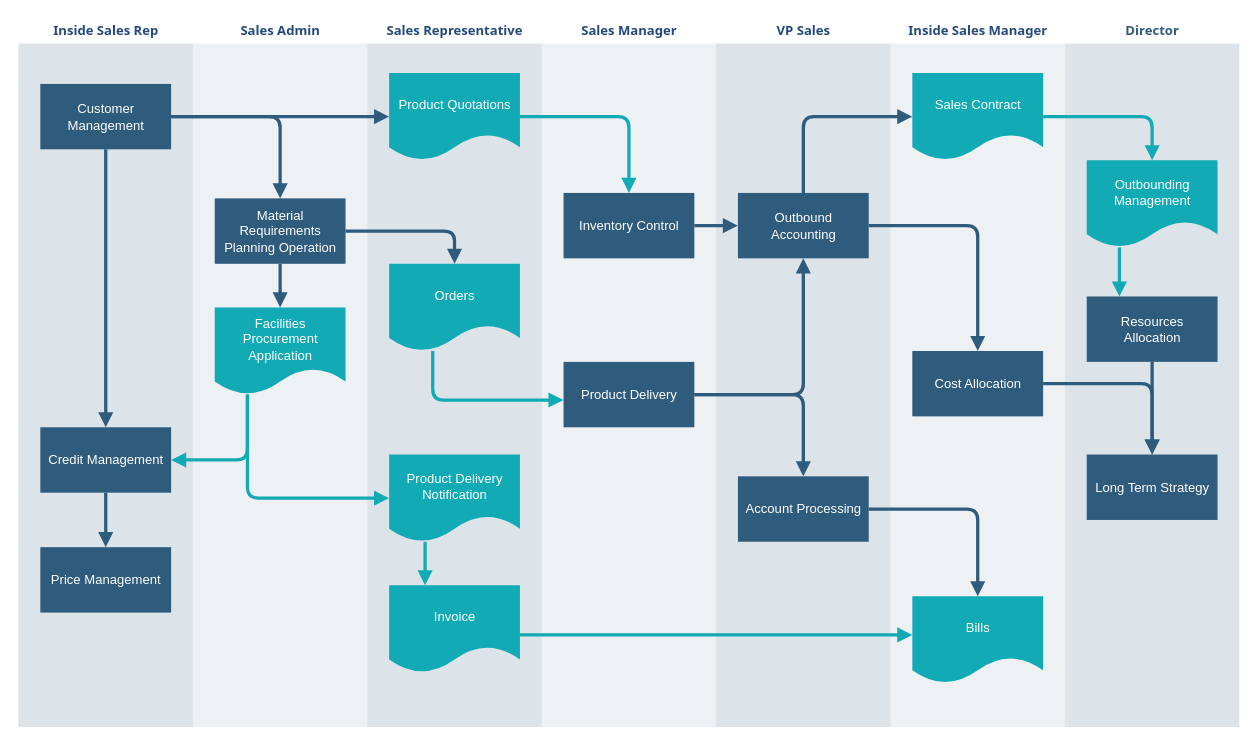
lorenaabreu/transtrampoarq keeps this draw.io diagram as Diagrama sem nome.drawio. Above is the earlier version. Source tidied: cells renumbered, new cells numbered last; positions are measured from the earlier drawing's top-left corner, leaving out a move shared by most shapes. Both pictures are drawn from the tidied source at 109%, with x=0, y=0 at pixel (17, 17).
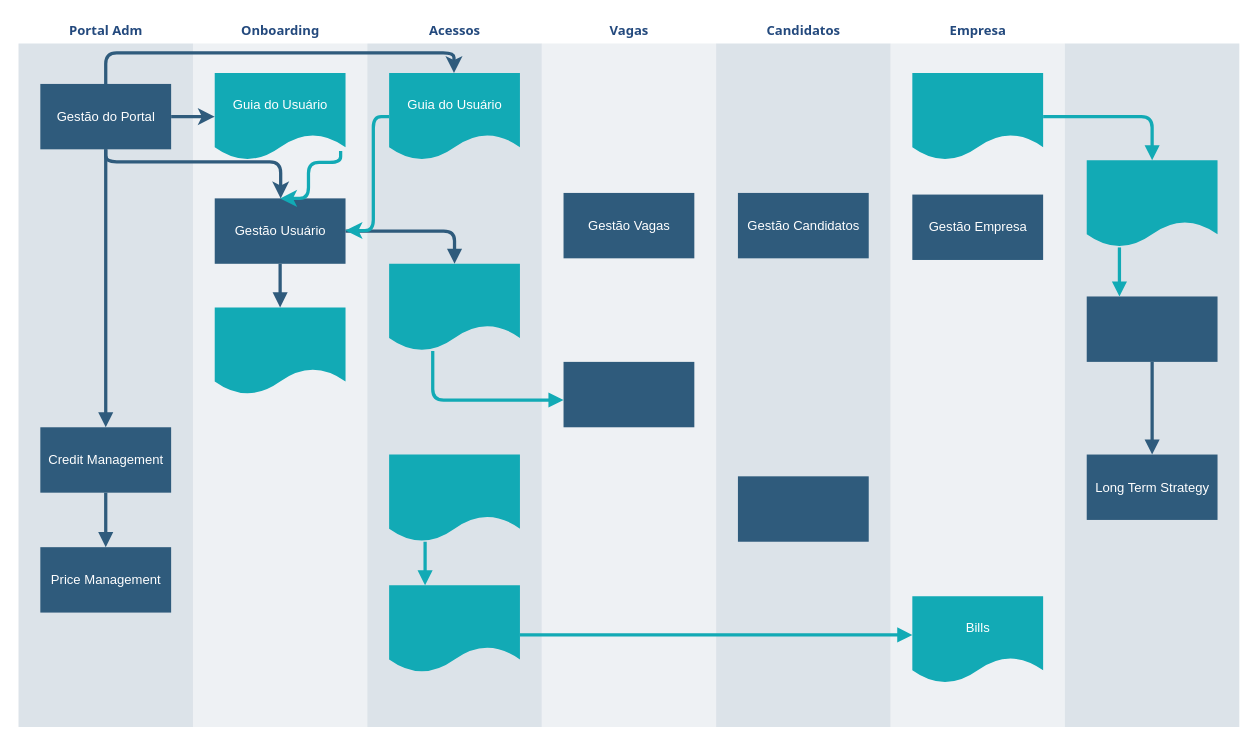
The same page after the edit.

Unchanged cells that the change refers to:
```xml
<mxCell id="4" value="Credit Management" style="whiteSpace=wrap;strokeColor=none;fillColor=#2f5b7c;shadow=0;fontColor=#FFFFFF;fontFamily=Helvetica;fontStyle=0;html=1;fontSize=12;spacing=6;verticalAlign=middle;" parent="2" vertex="1">
  <mxGeometry x="20" y="375" width="120" height="60" as="geometry" />
</mxCell>
<mxCell id="10" value="Bills" style="shape=document;whiteSpace=wrap;verticalAlign=middle;strokeColor=none;fillColor=#12aab5;shadow=0;fontColor=#FFFFFF;fontFamily=Helvetica;fontStyle=0;html=1;fontSize=12;spacing=6;spacingBottom=22;" parent="8" vertex="1">
  <mxGeometry x="20" y="530" width="120" height="80" as="geometry" />
</mxCell>
<mxCell id="31" value="Long Term Strategy" style="whiteSpace=wrap;strokeColor=none;fillColor=#2f5b7c;shadow=0;fontColor=#FFFFFF;fontFamily=Helvetica;fontStyle=0;html=1;fontSize=12;spacing=6;verticalAlign=middle;" parent="28" vertex="1">
  <mxGeometry x="20" y="400" width="120" height="60" as="geometry" />
</mxCell>
```

What changed in the source:
```diff
@@
-    <mxCell id="2" value="&lt;font color=&quot;#23497d&quot;&gt;Inside Sales Rep&lt;/font&gt;" style="swimlane;whiteSpace=wrap;fillColor=none;swimlaneFillColor=#BAC8D3;fontColor=#2F5B7C;fontFamily=Tahoma;html=1;strokeColor=none;opacity=50;" parent="1" vertex="1">
+    <mxCell id="2" value="&lt;font color=&quot;#23497d&quot;&gt;Portal Adm&lt;/font&gt;" style="swimlane;whiteSpace=wrap;fillColor=none;swimlaneFillColor=#BAC8D3;fontColor=#2F5B7C;fontFamily=Tahoma;html=1;strokeColor=none;opacity=50;" parent="1" vertex="1">
       <mxGeometry x="0.5" y="0.5" width="160" height="650" as="geometry" />
     </mxCell>
-    <mxCell id="3" value="Customer Management" style="whiteSpace=wrap;shadow=0;fontColor=#FFFFFF;fontFamily=Helvetica;fontStyle=0;html=1;fontSize=12;plain-purple;strokeColor=none;fillColor=#2f5b7c;gradientColor=none;spacing=6;verticalAlign=middle;" parent="2" vertex="1">
+    <mxCell id="3" value="Gestão do Portal" style="whiteSpace=wrap;shadow=0;fontColor=#FFFFFF;fontFamily=Helvetica;fontStyle=0;html=1;fontSize=12;plain-purple;strokeColor=none;fillColor=#2f5b7c;gradientColor=none;spacing=6;verticalAlign=middle;" parent="2" vertex="1">
       <mxGeometry x="20" y="60" width="120" height="60" as="geometry" />
     </mxCell>
@@
-    <mxCell id="8" value="&lt;font color=&quot;#23497d&quot;&gt;Inside Sales Manager&lt;/font&gt;" style="swimlane;whiteSpace=wrap;fillColor=none;swimlaneFillColor=#BAC8D3;fontColor=#2F5B7C;fontFamily=Tahoma;html=1;strokeColor=none;opacity=25;" parent="1" vertex="1">
+    <mxCell id="8" value="&lt;font color=&quot;#23497d&quot;&gt;Empresa&lt;/font&gt;" style="swimlane;whiteSpace=wrap;fillColor=none;swimlaneFillColor=#BAC8D3;fontColor=#2F5B7C;fontFamily=Tahoma;html=1;strokeColor=none;opacity=25;" parent="1" vertex="1">
       <mxGeometry x="800.5" y="0.5" width="160" height="650" as="geometry" />
     </mxCell>
-    <mxCell id="9" value="Sales Contract" style="shape=document;whiteSpace=wrap;verticalAlign=middle;strokeColor=none;fillColor=#12aab5;shadow=0;fontColor=#FFFFFF;fontFamily=Helvetica;fontStyle=0;html=1;fontSize=12;spacing=6;spacingBottom=22;" parent="8" vertex="1">
+    <mxCell id="9" style="shape=document;whiteSpace=wrap;verticalAlign=middle;strokeColor=none;fillColor=#12aab5;shadow=0;fontColor=#FFFFFF;fontFamily=Helvetica;fontStyle=0;html=1;fontSize=12;spacing=6;spacingBottom=22;" parent="8" vertex="1">
       <mxGeometry x="20" y="50" width="120" height="80" as="geometry" />
     </mxCell>
@@
-    <mxCell id="11" value="Cost Allocation" style="whiteSpace=wrap;strokeColor=none;fillColor=#2f5b7c;shadow=0;fontColor=#FFFFFF;fontFamily=Helvetica;fontStyle=0;html=1;fontSize=12;spacing=6;verticalAlign=middle;" parent="8" vertex="1">
-      <mxGeometry x="20" y="305" width="120" height="60" as="geometry" />
+    <mxCell id="11" value="Gestão Empresa" style="whiteSpace=wrap;strokeColor=none;fillColor=#2f5b7c;shadow=0;fontColor=#FFFFFF;fontFamily=Helvetica;fontStyle=0;html=1;fontSize=12;spacing=6;verticalAlign=middle;" parent="8" vertex="1">
+      <mxGeometry x="20" y="161.5" width="120" height="60" as="geometry" />
     </mxCell>
-    <mxCell id="12" value="&lt;font color=&quot;#23497d&quot;&gt;VP Sales&lt;/font&gt;" style="swimlane;whiteSpace=wrap;fillColor=none;swimlaneFillColor=#BAC8D3;fontColor=#2F5B7C;fontFamily=Tahoma;html=1;strokeColor=none;opacity=50;" parent="1" vertex="1">
+    <mxCell id="12" value="&lt;font color=&quot;#23497d&quot;&gt;Candidatos&lt;/font&gt;" style="swimlane;whiteSpace=wrap;fillColor=none;swimlaneFillColor=#BAC8D3;fontColor=#2F5B7C;fontFamily=Tahoma;html=1;strokeColor=none;opacity=50;" parent="1" vertex="1">
       <mxGeometry x="640.5" y="0.5" width="160" height="650" as="geometry" />
     </mxCell>
-    <mxCell id="13" value="Outbound Accounting" style="whiteSpace=wrap;fillColor=#2f5b7c;strokeColor=none;shadow=0;fontColor=#FFFFFF;fontFamily=Helvetica;fontStyle=0;html=1;fontSize=12;spacing=6;verticalAlign=middle;" parent="12" vertex="1">
+    <mxCell id="13" value="Gestão Candidatos" style="whiteSpace=wrap;fillColor=#2f5b7c;strokeColor=none;shadow=0;fontColor=#FFFFFF;fontFamily=Helvetica;fontStyle=0;html=1;fontSize=12;spacing=6;verticalAlign=middle;" parent="12" vertex="1">
       <mxGeometry x="20" y="160" width="120" height="60" as="geometry" />
     </mxCell>
-    <mxCell id="14" value="Account Processing" style="whiteSpace=wrap;strokeColor=none;fillColor=#2f5b7c;shadow=0;fontColor=#FFFFFF;fontFamily=Helvetica;fontStyle=0;html=1;fontSize=12;spacing=6;verticalAlign=middle;" parent="12" vertex="1">
+    <mxCell id="14" style="whiteSpace=wrap;strokeColor=none;fillColor=#2f5b7c;shadow=0;fontColor=#FFFFFF;fontFamily=Helvetica;fontStyle=0;html=1;fontSize=12;spacing=6;verticalAlign=middle;" parent="12" vertex="1">
       <mxGeometry x="20" y="420" width="120" height="60" as="geometry" />
     </mxCell>
-    <mxCell id="15" value="&lt;font color=&quot;#23497d&quot;&gt;Sales Admin&lt;/font&gt;" style="swimlane;whiteSpace=wrap;fillColor=none;swimlaneFillColor=#BAC8D3;fontColor=#2F5B7C;fontFamily=Tahoma;html=1;strokeColor=none;opacity=25;" parent="1" vertex="1">
+    <mxCell id="15" value="&lt;font color=&quot;#23497d&quot;&gt;Onboarding&lt;/font&gt;" style="swimlane;whiteSpace=wrap;fillColor=none;swimlaneFillColor=#BAC8D3;fontColor=#2F5B7C;fontFamily=Tahoma;html=1;strokeColor=none;opacity=25;" parent="1" vertex="1">
       <mxGeometry x="160.5" y="0.5" width="160" height="650" as="geometry" />
     </mxCell>
-    <mxCell id="16" value="Material Requirements Planning Operation" style="whiteSpace=wrap;shadow=0;fontColor=#FFFFFF;fontFamily=Helvetica;fontStyle=0;html=1;fontSize=12;plain-purple;strokeColor=none;fillColor=#2f5b7c;gradientColor=none;spacing=6;verticalAlign=middle;" parent="15" vertex="1">
+    <mxCell id="16" value="Gestão Usuário" style="whiteSpace=wrap;shadow=0;fontColor=#FFFFFF;fontFamily=Helvetica;fontStyle=0;html=1;fontSize=12;plain-purple;strokeColor=none;fillColor=#2f5b7c;gradientColor=none;spacing=6;verticalAlign=middle;" parent="15" vertex="1">
       <mxGeometry x="20" y="165" width="120" height="60" as="geometry" />
     </mxCell>
-    <mxCell id="17" value="&lt;font color=&quot;#ffffff&quot;&gt;Facilities Procurement&lt;br&gt;Application&lt;/font&gt;&lt;br&gt; " style="shape=document;whiteSpace=wrap;verticalAlign=middle;strokeColor=none;fillColor=#12aab5;shadow=0;fontColor=#FFFFFF;fontFamily=Helvetica;fontStyle=0;html=1;fontSize=12;spacing=6;spacingBottom=22;" parent="15" vertex="1">
+    <mxCell id="17" value="&lt;br&gt; " style="shape=document;whiteSpace=wrap;verticalAlign=middle;strokeColor=none;fillColor=#12aab5;shadow=0;fontColor=#FFFFFF;fontFamily=Helvetica;fontStyle=0;html=1;fontSize=12;spacing=6;spacingBottom=22;" parent="15" vertex="1">
       <mxGeometry x="20" y="265" width="120" height="80" as="geometry" />
     </mxCell>
@@
+    <mxCell id="50" style="edgeStyle=orthogonalEdgeStyle;rounded=1;jettySize=auto;html=1;strokeWidth=3;curved=0;strokeColor=#12AAB5;entryX=0.5;entryY=0;entryDx=0;entryDy=0;" parent="15" edge="1" target="16">
+      <mxGeometry relative="1" as="geometry">
+        <mxPoint x="135.5" y="121.5" as="sourcePoint" />
+        <Array as="points">
+          <mxPoint x="136" y="132" />
+          <mxPoint x="106" y="132" />
+          <mxPoint x="106" y="165" />
+        </Array>
+      </mxGeometry>
+    </mxCell>
+    <mxCell id="51" value="Guia do Usuário" style="shape=document;whiteSpace=wrap;verticalAlign=middle;strokeColor=none;fillColor=#12aab5;shadow=0;fontColor=#FFFFFF;fontFamily=Helvetica;fontStyle=0;html=1;fontSize=12;spacing=6;spacingBottom=22;" parent="15" vertex="1">
+      <mxGeometry x="20" y="50" width="120" height="80" as="geometry" />
+    </mxCell>
-    <mxCell id="19" value="&lt;font color=&quot;#23497d&quot;&gt;Sales Representative&lt;/font&gt;" style="swimlane;whiteSpace=wrap;fillColor=none;swimlaneFillColor=#BAC8D3;fontColor=#2F5B7C;fontFamily=Tahoma;html=1;strokeColor=none;opacity=50;" parent="1" vertex="1">
+    <mxCell id="19" value="&lt;font color=&quot;#23497d&quot;&gt;Acessos&lt;/font&gt;" style="swimlane;whiteSpace=wrap;fillColor=none;swimlaneFillColor=#BAC8D3;fontColor=#2F5B7C;fontFamily=Tahoma;html=1;strokeColor=none;opacity=50;" parent="1" vertex="1">
       <mxGeometry x="320.5" y="0.5" width="160" height="650" as="geometry" />
     </mxCell>
-    <mxCell id="20" value="Product Quotations" style="shape=document;whiteSpace=wrap;verticalAlign=middle;strokeColor=none;fillColor=#12aab5;shadow=0;fontColor=#FFFFFF;fontFamily=Helvetica;fontStyle=0;html=1;fontSize=12;spacing=6;spacingBottom=22;" parent="19" vertex="1">
+    <mxCell id="20" value="Guia do Usuário" style="shape=document;whiteSpace=wrap;verticalAlign=middle;strokeColor=none;fillColor=#12aab5;shadow=0;fontColor=#FFFFFF;fontFamily=Helvetica;fontStyle=0;html=1;fontSize=12;spacing=6;spacingBottom=22;" parent="19" vertex="1">
       <mxGeometry x="20" y="50" width="120" height="80" as="geometry" />
     </mxCell>
-    <mxCell id="21" value="Orders" style="shape=document;whiteSpace=wrap;verticalAlign=middle;strokeColor=none;fillColor=#12aab5;shadow=0;fontColor=#FFFFFF;fontFamily=Helvetica;fontStyle=0;html=1;fontSize=12;spacing=6;spacingBottom=22;" parent="19" vertex="1">
+    <mxCell id="21" style="shape=document;whiteSpace=wrap;verticalAlign=middle;strokeColor=none;fillColor=#12aab5;shadow=0;fontColor=#FFFFFF;fontFamily=Helvetica;fontStyle=0;html=1;fontSize=12;spacing=6;spacingBottom=22;" parent="19" vertex="1">
       <mxGeometry x="20" y="225" width="120" height="80" as="geometry" />
     </mxCell>
-    <mxCell id="22" value="Product Delivery Notification" style="shape=document;whiteSpace=wrap;strokeColor=none;fillColor=#12aab5;shadow=0;fontColor=#FFFFFF;fontFamily=Helvetica;fontStyle=0;html=1;fontSize=12;verticalAlign=middle;spacing=6;spacingBottom=22;" parent="19" vertex="1">
+    <mxCell id="22" style="shape=document;whiteSpace=wrap;strokeColor=none;fillColor=#12aab5;shadow=0;fontColor=#FFFFFF;fontFamily=Helvetica;fontStyle=0;html=1;fontSize=12;verticalAlign=middle;spacing=6;spacingBottom=22;" parent="19" vertex="1">
       <mxGeometry x="20" y="400" width="120" height="80" as="geometry" />
     </mxCell>
-    <mxCell id="23" value="Invoice" style="shape=document;whiteSpace=wrap;verticalAlign=middle;strokeColor=none;fillColor=#12aab5;shadow=0;fontColor=#FFFFFF;fontFamily=Helvetica;fontStyle=0;html=1;fontSize=12;spacing=6;spacingBottom=22;" parent="19" vertex="1">
+    <mxCell id="23" style="shape=document;whiteSpace=wrap;verticalAlign=middle;strokeColor=none;fillColor=#12aab5;shadow=0;fontColor=#FFFFFF;fontFamily=Helvetica;fontStyle=0;html=1;fontSize=12;spacing=6;spacingBottom=22;" parent="19" vertex="1">
       <mxGeometry x="20" y="520" width="120" height="80" as="geometry" />
     </mxCell>
@@
-    <mxCell id="25" value="&lt;font color=&quot;#23497d&quot;&gt;Sales Manager&lt;/font&gt;" style="swimlane;whiteSpace=wrap;fillColor=none;swimlaneFillColor=#BAC8D3;fontColor=#2F5B7C;fontFamily=Tahoma;html=1;strokeColor=none;opacity=25;" parent="1" vertex="1">
+    <mxCell id="25" value="&lt;font color=&quot;#23497d&quot;&gt;Vagas&lt;/font&gt;" style="swimlane;whiteSpace=wrap;fillColor=none;swimlaneFillColor=#BAC8D3;fontColor=#2F5B7C;fontFamily=Tahoma;html=1;strokeColor=none;opacity=25;" parent="1" vertex="1">
       <mxGeometry x="480.5" y="0.5" width="160" height="650" as="geometry" />
     </mxCell>
-    <mxCell id="26" value="Inventory Control" style="whiteSpace=wrap;strokeColor=none;fillColor=#2f5b7c;shadow=0;fontColor=#FFFFFF;fontFamily=Helvetica;fontStyle=0;html=1;fontSize=12;spacing=6;verticalAlign=middle;" parent="25" vertex="1">
+    <mxCell id="26" value="Gestão Vagas" style="whiteSpace=wrap;strokeColor=none;fillColor=#2f5b7c;shadow=0;fontColor=#FFFFFF;fontFamily=Helvetica;fontStyle=0;html=1;fontSize=12;spacing=6;verticalAlign=middle;" parent="25" vertex="1">
       <mxGeometry x="20" y="160" width="120" height="60" as="geometry" />
     </mxCell>
-    <mxCell id="27" value="Product Delivery" style="whiteSpace=wrap;strokeColor=none;fillColor=#2f5b7c;shadow=0;fontColor=#FFFFFF;fontFamily=Helvetica;fontStyle=0;html=1;fontSize=12;spacing=6;verticalAlign=middle;" parent="25" vertex="1">
+    <mxCell id="27" style="whiteSpace=wrap;strokeColor=none;fillColor=#2f5b7c;shadow=0;fontColor=#FFFFFF;fontFamily=Helvetica;fontStyle=0;html=1;fontSize=12;spacing=6;verticalAlign=middle;" parent="25" vertex="1">
       <mxGeometry x="20" y="315" width="120" height="60" as="geometry" />
     </mxCell>
-    <mxCell id="28" value="Director" style="swimlane;whiteSpace=wrap;fillColor=none;swimlaneFillColor=#BAC8D3;fontColor=#2F5B7C;fontFamily=Tahoma;html=1;strokeColor=none;opacity=50;" parent="1" vertex="1">
+    <mxCell id="28" style="swimlane;whiteSpace=wrap;fillColor=none;swimlaneFillColor=#BAC8D3;fontColor=#2F5B7C;fontFamily=Tahoma;html=1;strokeColor=none;opacity=50;" parent="1" vertex="1">
       <mxGeometry x="960.5" y="0.5" width="160" height="650" as="geometry" />
     </mxCell>
-    <mxCell id="29" value="Outbounding Management" style="shape=document;whiteSpace=wrap;verticalAlign=middle;strokeColor=none;fillColor=#12aab5;shadow=0;fontColor=#FFFFFF;fontFamily=Helvetica;fontStyle=0;html=1;fontSize=12;spacing=6;spacingBottom=22;" parent="28" vertex="1">
+    <mxCell id="29" style="shape=document;whiteSpace=wrap;verticalAlign=middle;strokeColor=none;fillColor=#12aab5;shadow=0;fontColor=#FFFFFF;fontFamily=Helvetica;fontStyle=0;html=1;fontSize=12;spacing=6;spacingBottom=22;" parent="28" vertex="1">
       <mxGeometry x="20" y="130" width="120" height="80" as="geometry" />
     </mxCell>
-    <mxCell id="30" value="Resources Allocation" style="whiteSpace=wrap;strokeColor=none;fillColor=#2f5b7c;shadow=0;fontColor=#FFFFFF;fontFamily=Helvetica;fontStyle=0;html=1;fontSize=12;spacing=6;verticalAlign=middle;" parent="28" vertex="1">
+    <mxCell id="30" style="whiteSpace=wrap;strokeColor=none;fillColor=#2f5b7c;shadow=0;fontColor=#FFFFFF;fontFamily=Helvetica;fontStyle=0;html=1;fontSize=12;spacing=6;verticalAlign=middle;" parent="28" vertex="1">
       <mxGeometry x="20" y="255" width="120" height="60" as="geometry" />
     </mxCell>
@@
-    <mxCell id="34" style="edgeStyle=segmentEdgeStyle;strokeColor=#2F5B7C;strokeWidth=3;html=1;endArrow=block;endFill=1;" parent="1" edge="1" source="3" target="16">
-      <mxGeometry x="164.5" y="178.5" as="geometry" />
-    </mxCell>
-    <mxCell id="35" style="edgeStyle=segmentEdgeStyle;strokeColor=#12AAB5;strokeWidth=3;html=1;endArrow=block;endFill=1;" parent="1" edge="1" source="17" target="4">
-      <mxGeometry x="164.5" y="433.5" as="geometry">
-        <Array as="points">
-          <mxPoint x="210.5" y="405.5" />
-        </Array>
-      </mxGeometry>
-    </mxCell>
-    <mxCell id="36" style="edgeStyle=segmentEdgeStyle;strokeColor=#2F5B7C;strokeWidth=3;html=1;endArrow=block;endFill=1;" parent="1" edge="1" source="3" target="20">
-      <mxGeometry x="164.5" y="178.5" as="geometry" />
-    </mxCell>
-    <mxCell id="37" style="edgeStyle=segmentEdgeStyle;strokeColor=#12AAB5;strokeWidth=3;html=1;endArrow=block;endFill=1;" parent="1" edge="1" source="17" target="22">
-      <mxGeometry x="234.5" y="433.5" as="geometry">
-        <Array as="points">
-          <mxPoint x="210.5" y="440.5" />
-        </Array>
-      </mxGeometry>
-    </mxCell>
@@
-    <mxCell id="40" style="edgeStyle=segmentEdgeStyle;strokeColor=#12AAB5;strokeWidth=3;html=1;endArrow=block;endFill=1;" parent="1" edge="1" source="20" target="26">
-      <mxGeometry x="484.5" y="178.5" as="geometry" />
-    </mxCell>
-    <mxCell id="41" style="edgeStyle=none;strokeColor=#2F5B7C;strokeWidth=3;html=1;endArrow=block;endFill=1;" parent="1" edge="1" source="26" target="13">
-      <mxGeometry x="644.5" y="278.5" as="geometry" />
-    </mxCell>
@@
-    <mxCell id="43" style="edgeStyle=segmentEdgeStyle;strokeColor=#2F5B7C;strokeWidth=3;html=1;endArrow=block;endFill=1;" parent="1" edge="1" source="27" target="13">
-      <mxGeometry x="644.5" y="308.5" as="geometry" />
-    </mxCell>
-    <mxCell id="44" style="edgeStyle=segmentEdgeStyle;strokeColor=#2F5B7C;strokeWidth=3;html=1;endArrow=block;endFill=1;" parent="1" edge="1" source="27" target="14">
-      <mxGeometry x="644.5" y="433.5" as="geometry" />
-    </mxCell>
-    <mxCell id="45" style="edgeStyle=segmentEdgeStyle;strokeColor=#2F5B7C;strokeWidth=3;html=1;endArrow=block;endFill=1;" parent="1" edge="1" source="13" target="9">
-      <mxGeometry x="744.5" y="178.5" as="geometry">
-        <Array as="points">
-          <mxPoint x="720.5" y="90.5" />
-        </Array>
-      </mxGeometry>
-    </mxCell>
-    <mxCell id="46" style="edgeStyle=segmentEdgeStyle;strokeColor=#2F5B7C;strokeWidth=3;html=1;endArrow=block;endFill=1;" parent="1" edge="1" source="13" target="11">
-      <mxGeometry x="804.5" y="278.5" as="geometry" />
-    </mxCell>
-    <mxCell id="47" style="edgeStyle=segmentEdgeStyle;strokeColor=#2F5B7C;strokeWidth=3;html=1;endArrow=block;endFill=1;" parent="1" edge="1" source="14" target="10">
-      <mxGeometry x="804.5" y="538.5" as="geometry" />
-    </mxCell>
-    <mxCell id="48" style="edgeStyle=segmentEdgeStyle;strokeColor=#2F5B7C;strokeWidth=3;html=1;endArrow=block;endFill=1;" parent="1" edge="1" source="11" target="31">
-      <mxGeometry x="964.5" y="423.5" as="geometry" />
-    </mxCell>
@@
+    <mxCell id="52" style="edgeStyle=orthogonalEdgeStyle;rounded=1;jettySize=auto;html=1;entryX=0;entryY=0.5;entryDx=0;entryDy=0;curved=0;strokeWidth=3;strokeColor=#2F5B7C;" parent="1" edge="1" source="3" target="51">
+      <mxGeometry relative="1" as="geometry" />
+    </mxCell>
+    <mxCell id="36" style="edgeStyle=orthogonalEdgeStyle;rounded=1;jettySize=auto;html=1;strokeWidth=3;curved=0;strokeColor=#2F5B7C;" parent="1" edge="1" source="3" target="20">
+      <mxGeometry relative="1" as="geometry">
+        <Array as="points">
+          <mxPoint x="81" y="32" />
+          <mxPoint x="400" y="32" />
+        </Array>
+      </mxGeometry>
+    </mxCell>
+    <mxCell id="34" style="edgeStyle=orthogonalEdgeStyle;rounded=1;jettySize=auto;html=1;curved=0;strokeWidth=3;strokeColor=#2F5B7C;" parent="1" edge="1" source="3" target="16">
+      <mxGeometry relative="1" as="geometry">
+        <Array as="points">
+          <mxPoint x="81" y="132" />
+          <mxPoint x="241" y="132" />
+        </Array>
+      </mxGeometry>
+    </mxCell>
+    <mxCell id="53" style="edgeStyle=orthogonalEdgeStyle;rounded=1;jettySize=auto;html=1;curved=0;strokeColor=#12AAB5;strokeWidth=3;" parent="1" edge="1" source="20" target="16">
+      <mxGeometry relative="1" as="geometry">
+        <Array as="points">
+          <mxPoint x="326" y="91" />
+          <mxPoint x="326" y="195" />
+        </Array>
+      </mxGeometry>
+    </mxCell>
```
